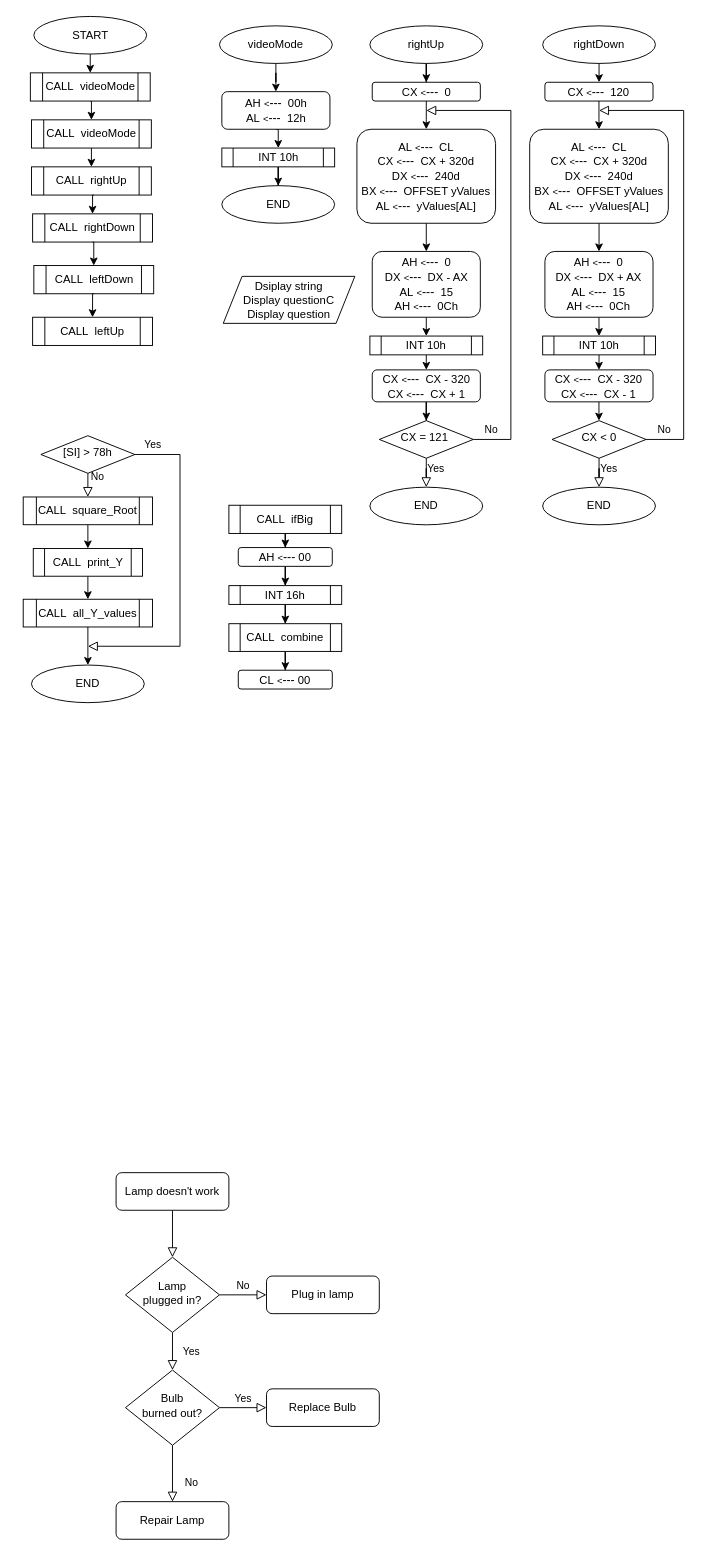
This is micro_mt2_2.drawio from mmuurraatt/My-Projects-On-Github, a draw.io file, before an edit. Source tidied: cells renumbered, new cells numbered last; positions are measured from the earlier drawing's top-left corner, leaving out a move shared by most shapes. Both pictures are drawn from the tidied source at 94%, with x=0, y=0 at pixel (23, 16).
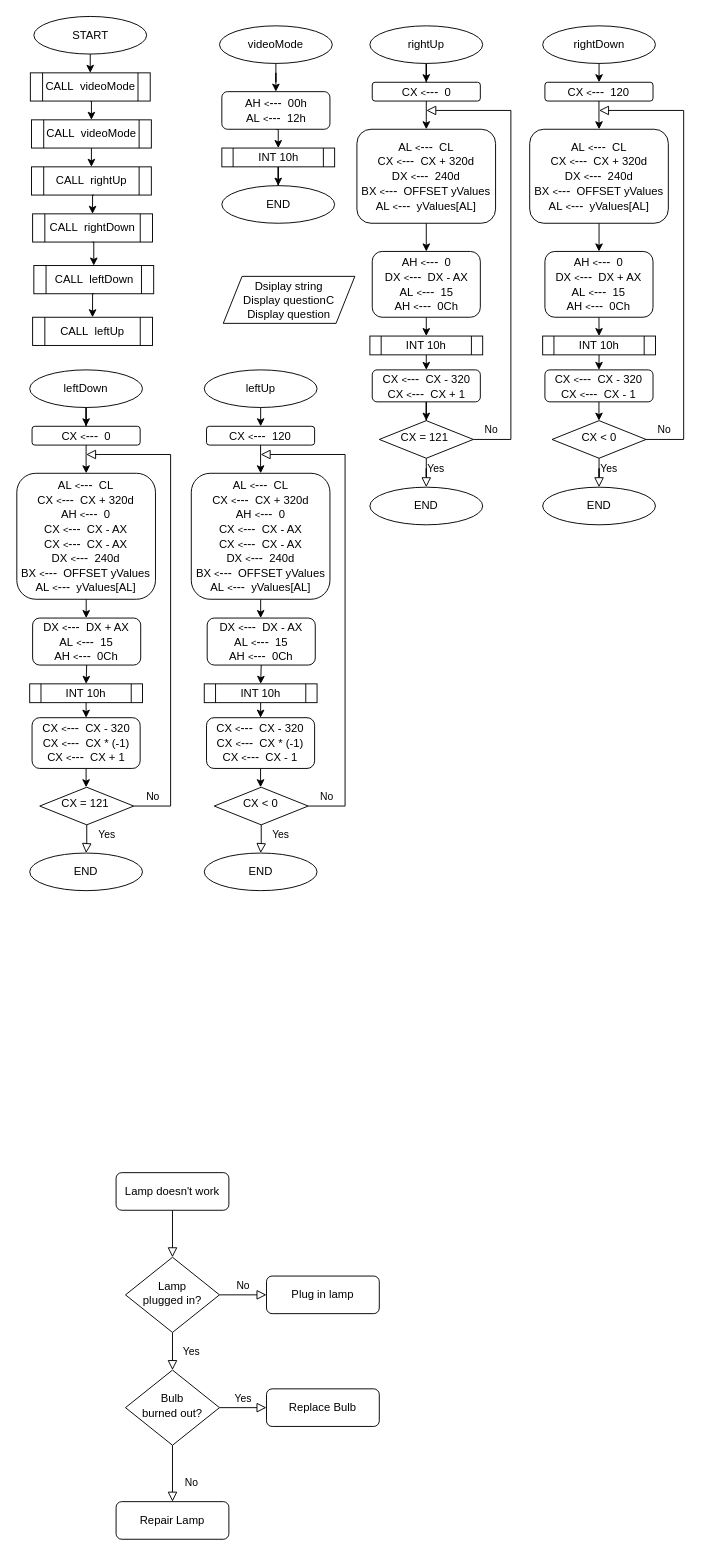
After the change.

The edit, as a diff of the source:
```diff
@@
-    <mxCell id="18" style="edgeStyle=orthogonalEdgeStyle;rounded=0;jettySize=auto;html=1;" parent="1" edge="1" source="19" target="21">
-      <mxGeometry relative="1" as="geometry" />
-    </mxCell>
-    <mxCell id="19" value="CALL&amp;nbsp; ifBig" style="shape=process;whiteSpace=wrap;html=1;backgroundOutline=1;" parent="1" vertex="1">
-      <mxGeometry x="219" y="520" width="120" height="30" as="geometry" />
-    </mxCell>
-    <mxCell id="20" style="edgeStyle=orthogonalEdgeStyle;rounded=0;jettySize=auto;html=1;" parent="1" edge="1" source="21" target="23">
-      <mxGeometry relative="1" as="geometry" />
-    </mxCell>
-    <mxCell id="21" value="AH&amp;nbsp;&lt;font style=&quot;font-size: 10px&quot;&gt;&amp;lt;&lt;/font&gt;&lt;font style=&quot;font-size: 13px&quot;&gt;---&lt;/font&gt;&amp;nbsp;00" style="rounded=1;whiteSpace=wrap;html=1;fontSize=12;glass=0;strokeWidth=1;shadow=0;" parent="1" vertex="1">
-      <mxGeometry x="229" y="565" width="100" height="20" as="geometry" />
-    </mxCell>
-    <mxCell id="22" style="edgeStyle=orthogonalEdgeStyle;rounded=0;jettySize=auto;html=1;" parent="1" edge="1" source="23" target="25">
-      <mxGeometry relative="1" as="geometry" />
-    </mxCell>
-    <mxCell id="23" value="INT 16h" style="shape=process;whiteSpace=wrap;html=1;backgroundOutline=1;" parent="1" vertex="1">
-      <mxGeometry x="219" y="605.5" width="120" height="20" as="geometry" />
-    </mxCell>
-    <mxCell id="24" style="edgeStyle=orthogonalEdgeStyle;rounded=0;jettySize=auto;html=1;" parent="1" edge="1" source="25" target="26">
-      <mxGeometry relative="1" as="geometry" />
-    </mxCell>
-    <mxCell id="25" value="CALL&amp;nbsp; combine" style="shape=process;whiteSpace=wrap;html=1;backgroundOutline=1;" parent="1" vertex="1">
-      <mxGeometry x="219" y="646" width="120" height="29.5" as="geometry" />
-    </mxCell>
-    <mxCell id="26" value="CL&amp;nbsp;&lt;font style=&quot;font-size: 10px&quot;&gt;&amp;lt;&lt;/font&gt;&lt;font style=&quot;font-size: 13px&quot;&gt;---&lt;/font&gt;&amp;nbsp;00" style="rounded=1;whiteSpace=wrap;html=1;fontSize=12;glass=0;strokeWidth=1;shadow=0;" parent="1" vertex="1">
-      <mxGeometry x="229" y="695.5" width="100" height="20" as="geometry" />
-    </mxCell>
-    <mxCell id="27" value="[SI] &amp;gt; 78h" style="rhombus;whiteSpace=wrap;html=1;shadow=0;fontFamily=Helvetica;fontSize=12;align=center;strokeWidth=1;spacing=6;spacingTop=-4;" parent="1" vertex="1">
-      <mxGeometry x="19" y="446" width="100" height="40" as="geometry" />
-    </mxCell>
-    <mxCell id="28" value="No" style="edgeStyle=orthogonalEdgeStyle;rounded=0;html=1;jettySize=auto;fontSize=11;endArrow=block;endFill=0;endSize=8;strokeWidth=1;shadow=0;labelBackgroundColor=none;exitX=0.5;exitY=1;exitDx=0;exitDy=0;entryX=0.5;entryY=0;entryDx=0;entryDy=0;" parent="1" edge="1" source="27" target="31">
-      <mxGeometry x="-0.68" y="10" relative="1" as="geometry" />
-    </mxCell>
-    <mxCell id="29" value="Yes" style="rounded=0;html=1;jettySize=auto;fontSize=11;endArrow=block;endFill=0;endSize=8;strokeWidth=1;shadow=0;labelBackgroundColor=none;edgeStyle=orthogonalEdgeStyle;exitX=1;exitY=0.5;exitDx=0;exitDy=0;" parent="1" edge="1" source="27">
-      <mxGeometry x="-0.89" y="10" relative="1" as="geometry">
-        <mxPoint x="69" y="670" as="targetPoint" />
-        <Array as="points">
-          <mxPoint x="167" y="466" />
-          <mxPoint x="167" y="670" />
-          <mxPoint x="69" y="670" />
-        </Array>
-      </mxGeometry>
-    </mxCell>
-    <mxCell id="30" style="edgeStyle=orthogonalEdgeStyle;rounded=0;jettySize=auto;html=1;" parent="1" edge="1" source="31" target="33">
-      <mxGeometry relative="1" as="geometry" />
-    </mxCell>
-    <mxCell id="31" value="CALL&amp;nbsp; square_Root" style="shape=process;whiteSpace=wrap;html=1;backgroundOutline=1;" parent="1" vertex="1">
-      <mxGeometry x="0.2" y="511.2" width="137.5" height="29.5" as="geometry" />
-    </mxCell>
-    <mxCell id="32" style="edgeStyle=orthogonalEdgeStyle;rounded=0;jettySize=auto;html=1;" parent="1" edge="1" source="33" target="35">
-      <mxGeometry relative="1" as="geometry" />
-    </mxCell>
-    <mxCell id="33" value="CALL&amp;nbsp; print_Y" style="shape=process;whiteSpace=wrap;html=1;backgroundOutline=1;" parent="1" vertex="1">
-      <mxGeometry x="10.9" y="566" width="116.2" height="29.5" as="geometry" />
-    </mxCell>
-    <mxCell id="34" style="edgeStyle=orthogonalEdgeStyle;rounded=0;jettySize=auto;html=1;" parent="1" edge="1" source="35" target="36">
-      <mxGeometry relative="1" as="geometry" />
-    </mxCell>
-    <mxCell id="35" value="CALL&amp;nbsp; all_Y_values" style="shape=process;whiteSpace=wrap;html=1;backgroundOutline=1;" parent="1" vertex="1">
-      <mxGeometry x="0.2" y="620" width="137.5" height="29.5" as="geometry" />
-    </mxCell>
-    <mxCell id="36" value="END" style="ellipse;whiteSpace=wrap;html=1;" parent="1" vertex="1">
-      <mxGeometry x="9" y="690" width="120" height="40" as="geometry" />
-    </mxCell>
@@
+    <mxCell id="85" style="edgeStyle=orthogonalEdgeStyle;rounded=0;jettySize=auto;html=1;" parent="1" edge="1" source="86" target="88">
+      <mxGeometry relative="1" as="geometry" />
+    </mxCell>
+    <mxCell id="86" value="leftDown" style="ellipse;whiteSpace=wrap;html=1;" parent="1" vertex="1">
+      <mxGeometry x="7.1" y="376" width="120" height="40" as="geometry" />
+    </mxCell>
+    <mxCell id="87" style="edgeStyle=orthogonalEdgeStyle;rounded=0;jettySize=auto;html=1;" parent="1" edge="1" source="88" target="90">
+      <mxGeometry relative="1" as="geometry" />
+    </mxCell>
+    <mxCell id="88" value="CX&amp;nbsp;&lt;font style=&quot;font-size: 10px&quot;&gt;&amp;lt;&lt;/font&gt;&lt;font style=&quot;font-size: 13px&quot;&gt;---&lt;/font&gt;&amp;nbsp; 0" style="rounded=1;whiteSpace=wrap;html=1;fontSize=12;glass=0;strokeWidth=1;shadow=0;" parent="1" vertex="1">
+      <mxGeometry x="9.6" y="436" width="115" height="20" as="geometry" />
+    </mxCell>
+    <mxCell id="89" style="edgeStyle=orthogonalEdgeStyle;rounded=0;jettySize=auto;html=1;" parent="1" edge="1" source="90" target="92">
+      <mxGeometry relative="1" as="geometry" />
+    </mxCell>
+    <mxCell id="90" value="AL&amp;nbsp;&lt;font style=&quot;font-size: 10px&quot;&gt;&amp;lt;&lt;/font&gt;&lt;font style=&quot;font-size: 13px&quot;&gt;---&lt;/font&gt;&amp;nbsp; CL&lt;br&gt;CX&amp;nbsp;&lt;font style=&quot;font-size: 10px&quot;&gt;&amp;lt;&lt;/font&gt;&lt;font style=&quot;font-size: 13px&quot;&gt;---&lt;/font&gt;&amp;nbsp; CX + 320d&lt;br&gt;AH&amp;nbsp;&lt;font style=&quot;font-size: 10px&quot;&gt;&amp;lt;&lt;/font&gt;&lt;font style=&quot;font-size: 13px&quot;&gt;---&lt;/font&gt;&amp;nbsp; 0&lt;br&gt;CX&amp;nbsp;&lt;font style=&quot;font-size: 10px&quot;&gt;&amp;lt;&lt;/font&gt;&lt;font style=&quot;font-size: 13px&quot;&gt;---&lt;/font&gt;&amp;nbsp; CX - AX&lt;br&gt;CX&amp;nbsp;&lt;font style=&quot;font-size: 10px&quot;&gt;&amp;lt;&lt;/font&gt;&lt;font style=&quot;font-size: 13px&quot;&gt;---&lt;/font&gt;&amp;nbsp; CX - AX&lt;br&gt;DX&amp;nbsp;&lt;font style=&quot;font-size: 10px&quot;&gt;&amp;lt;&lt;/font&gt;&lt;font style=&quot;font-size: 13px&quot;&gt;---&lt;/font&gt;&amp;nbsp; 240d&lt;br&gt;BX&amp;nbsp;&lt;font style=&quot;font-size: 10px&quot;&gt;&amp;lt;&lt;/font&gt;&lt;font style=&quot;font-size: 13px&quot;&gt;---&lt;/font&gt;&amp;nbsp; OFFSET yValues&lt;br&gt;AL&amp;nbsp;&lt;font style=&quot;font-size: 10px&quot;&gt;&amp;lt;&lt;/font&gt;&lt;font style=&quot;font-size: 13px&quot;&gt;---&lt;/font&gt;&amp;nbsp; yValues[AL]" style="rounded=1;whiteSpace=wrap;html=1;fontSize=12;glass=0;strokeWidth=1;shadow=0;" parent="1" vertex="1">
+      <mxGeometry x="-6.6" y="486" width="147.5" height="134" as="geometry" />
+    </mxCell>
+    <mxCell id="91" style="edgeStyle=orthogonalEdgeStyle;rounded=0;jettySize=auto;html=1;exitX=0.5;exitY=1;exitDx=0;exitDy=0;entryX=0.5;entryY=0;entryDx=0;entryDy=0;" parent="1" edge="1" source="92" target="95">
+      <mxGeometry relative="1" as="geometry" />
+    </mxCell>
+    <mxCell id="92" value="DX&amp;nbsp;&lt;font style=&quot;font-size: 10px&quot;&gt;&amp;lt;&lt;/font&gt;&lt;font style=&quot;font-size: 13px&quot;&gt;---&lt;/font&gt;&amp;nbsp; DX + AX&lt;br&gt;AL&amp;nbsp;&lt;font style=&quot;font-size: 10px&quot;&gt;&amp;lt;&lt;/font&gt;&lt;font style=&quot;font-size: 13px&quot;&gt;---&lt;/font&gt;&amp;nbsp; 15&lt;br&gt;AH&amp;nbsp;&lt;font style=&quot;font-size: 10px&quot;&gt;&amp;lt;&lt;/font&gt;&lt;font style=&quot;font-size: 13px&quot;&gt;---&lt;/font&gt;&amp;nbsp; 0Ch" style="rounded=1;whiteSpace=wrap;html=1;fontSize=12;glass=0;strokeWidth=1;shadow=0;" parent="1" vertex="1">
+      <mxGeometry x="10.2" y="640" width="115" height="50" as="geometry" />
+    </mxCell>
+    <mxCell id="93" value="END" style="ellipse;whiteSpace=wrap;html=1;" parent="1" vertex="1">
+      <mxGeometry x="7.1" y="890" width="120" height="40" as="geometry" />
+    </mxCell>
+    <mxCell id="94" style="edgeStyle=orthogonalEdgeStyle;rounded=0;jettySize=auto;html=1;exitX=0.5;exitY=1;exitDx=0;exitDy=0;entryX=0.5;entryY=0;entryDx=0;entryDy=0;" parent="1" edge="1" source="95" target="97">
+      <mxGeometry relative="1" as="geometry" />
+    </mxCell>
+    <mxCell id="95" value="INT 10h" style="shape=process;whiteSpace=wrap;html=1;backgroundOutline=1;" parent="1" vertex="1">
+      <mxGeometry x="7.1" y="710" width="120" height="20" as="geometry" />
+    </mxCell>
+    <mxCell id="96" style="edgeStyle=orthogonalEdgeStyle;rounded=0;jettySize=auto;html=1;" parent="1" edge="1" source="97" target="98">
+      <mxGeometry relative="1" as="geometry" />
+    </mxCell>
+    <mxCell id="97" value="CX&amp;nbsp;&lt;font style=&quot;font-size: 10px&quot;&gt;&amp;lt;&lt;/font&gt;&lt;font style=&quot;font-size: 13px&quot;&gt;---&lt;/font&gt;&amp;nbsp; CX - 320&lt;br&gt;CX&amp;nbsp;&lt;font style=&quot;font-size: 10px&quot;&gt;&amp;lt;&lt;/font&gt;&lt;font style=&quot;font-size: 13px&quot;&gt;---&lt;/font&gt;&amp;nbsp; CX * (-1)&lt;br&gt;CX&amp;nbsp;&lt;font style=&quot;font-size: 10px&quot;&gt;&amp;lt;&lt;/font&gt;&lt;font style=&quot;font-size: 13px&quot;&gt;---&lt;/font&gt;&amp;nbsp; CX + 1" style="rounded=1;whiteSpace=wrap;html=1;fontSize=12;glass=0;strokeWidth=1;shadow=0;" parent="1" vertex="1">
+      <mxGeometry x="9.6" y="746" width="115" height="54" as="geometry" />
+    </mxCell>
+    <mxCell id="98" value="CX = 121&amp;nbsp;" style="rhombus;whiteSpace=wrap;html=1;shadow=0;fontFamily=Helvetica;fontSize=12;align=center;strokeWidth=1;spacing=6;spacingTop=-4;" parent="1" vertex="1">
+      <mxGeometry x="17.8" y="820" width="100" height="40" as="geometry" />
+    </mxCell>
+    <mxCell id="99" value="Yes" style="rounded=0;html=1;jettySize=auto;fontSize=11;endArrow=block;endFill=0;endSize=8;strokeWidth=1;shadow=0;labelBackgroundColor=none;edgeStyle=orthogonalEdgeStyle;exitX=0.5;exitY=1;exitDx=0;exitDy=0;" parent="1" edge="1" source="98" target="93">
+      <mxGeometry x="-0.35" y="21" relative="1" as="geometry" />
+    </mxCell>
+    <mxCell id="100" value="No" style="edgeStyle=orthogonalEdgeStyle;rounded=0;html=1;jettySize=auto;fontSize=11;endArrow=block;endFill=0;endSize=8;strokeWidth=1;shadow=0;labelBackgroundColor=none;exitX=1;exitY=0.5;exitDx=0;exitDy=0;" parent="1" edge="1" source="98">
+      <mxGeometry x="-0.92" y="10" relative="1" as="geometry">
+        <mxPoint x="67.1" y="466" as="targetPoint" />
+        <Array as="points">
+          <mxPoint x="157" y="840" />
+          <mxPoint x="157" y="466" />
+        </Array>
+      </mxGeometry>
+    </mxCell>
+    <mxCell id="101" style="edgeStyle=orthogonalEdgeStyle;rounded=0;jettySize=auto;html=1;" parent="1" edge="1" source="102" target="104">
+      <mxGeometry relative="1" as="geometry" />
+    </mxCell>
+    <mxCell id="102" value="leftUp" style="ellipse;whiteSpace=wrap;html=1;" parent="1" vertex="1">
+      <mxGeometry x="192.8" y="376" width="120" height="40" as="geometry" />
+    </mxCell>
+    <mxCell id="103" style="edgeStyle=orthogonalEdgeStyle;rounded=0;jettySize=auto;html=1;" parent="1" edge="1" source="104" target="106">
+      <mxGeometry relative="1" as="geometry" />
+    </mxCell>
+    <mxCell id="104" value="CX&amp;nbsp;&lt;font style=&quot;font-size: 10px&quot;&gt;&amp;lt;&lt;/font&gt;&lt;font style=&quot;font-size: 13px&quot;&gt;---&lt;/font&gt;&amp;nbsp; 120" style="rounded=1;whiteSpace=wrap;html=1;fontSize=12;glass=0;strokeWidth=1;shadow=0;" parent="1" vertex="1">
+      <mxGeometry x="195.2" y="436" width="115" height="20" as="geometry" />
+    </mxCell>
+    <mxCell id="105" style="edgeStyle=orthogonalEdgeStyle;rounded=0;jettySize=auto;html=1;" parent="1" edge="1" source="106" target="108">
+      <mxGeometry relative="1" as="geometry" />
+    </mxCell>
+    <mxCell id="106" value="AL&amp;nbsp;&lt;font style=&quot;font-size: 10px&quot;&gt;&amp;lt;&lt;/font&gt;&lt;font style=&quot;font-size: 13px&quot;&gt;---&lt;/font&gt;&amp;nbsp; CL&lt;br&gt;CX&amp;nbsp;&lt;font style=&quot;font-size: 10px&quot;&gt;&amp;lt;&lt;/font&gt;&lt;font style=&quot;font-size: 13px&quot;&gt;---&lt;/font&gt;&amp;nbsp; CX + 320d&lt;br&gt;AH&amp;nbsp;&lt;font style=&quot;font-size: 10px&quot;&gt;&amp;lt;&lt;/font&gt;&lt;font style=&quot;font-size: 13px&quot;&gt;---&lt;/font&gt;&amp;nbsp; 0&lt;br&gt;CX&amp;nbsp;&lt;font style=&quot;font-size: 10px&quot;&gt;&amp;lt;&lt;/font&gt;&lt;font style=&quot;font-size: 13px&quot;&gt;---&lt;/font&gt;&amp;nbsp; CX - AX&lt;br&gt;CX&amp;nbsp;&lt;font style=&quot;font-size: 10px&quot;&gt;&amp;lt;&lt;/font&gt;&lt;font style=&quot;font-size: 13px&quot;&gt;---&lt;/font&gt;&amp;nbsp; CX - AX&lt;br&gt;DX&amp;nbsp;&lt;font style=&quot;font-size: 10px&quot;&gt;&amp;lt;&lt;/font&gt;&lt;font style=&quot;font-size: 13px&quot;&gt;---&lt;/font&gt;&amp;nbsp; 240d&lt;br&gt;BX&amp;nbsp;&lt;font style=&quot;font-size: 10px&quot;&gt;&amp;lt;&lt;/font&gt;&lt;font style=&quot;font-size: 13px&quot;&gt;---&lt;/font&gt;&amp;nbsp; OFFSET yValues&lt;br&gt;AL&amp;nbsp;&lt;font style=&quot;font-size: 10px&quot;&gt;&amp;lt;&lt;/font&gt;&lt;font style=&quot;font-size: 13px&quot;&gt;---&lt;/font&gt;&amp;nbsp; yValues[AL]" style="rounded=1;whiteSpace=wrap;html=1;fontSize=12;glass=0;strokeWidth=1;shadow=0;" parent="1" vertex="1">
+      <mxGeometry x="179" y="486" width="147.5" height="134" as="geometry" />
+    </mxCell>
+    <mxCell id="107" style="edgeStyle=orthogonalEdgeStyle;rounded=0;jettySize=auto;html=1;exitX=0.5;exitY=1;exitDx=0;exitDy=0;entryX=0.5;entryY=0;entryDx=0;entryDy=0;" parent="1" edge="1" source="108" target="111">
+      <mxGeometry relative="1" as="geometry" />
+    </mxCell>
+    <mxCell id="108" value="DX&amp;nbsp;&lt;font style=&quot;font-size: 10px&quot;&gt;&amp;lt;&lt;/font&gt;&lt;font style=&quot;font-size: 13px&quot;&gt;---&lt;/font&gt;&amp;nbsp; DX - AX&lt;br&gt;AL&amp;nbsp;&lt;font style=&quot;font-size: 10px&quot;&gt;&amp;lt;&lt;/font&gt;&lt;font style=&quot;font-size: 13px&quot;&gt;---&lt;/font&gt;&amp;nbsp; 15&lt;br&gt;AH&amp;nbsp;&lt;font style=&quot;font-size: 10px&quot;&gt;&amp;lt;&lt;/font&gt;&lt;font style=&quot;font-size: 13px&quot;&gt;---&lt;/font&gt;&amp;nbsp; 0Ch" style="rounded=1;whiteSpace=wrap;html=1;fontSize=12;glass=0;strokeWidth=1;shadow=0;" parent="1" vertex="1">
+      <mxGeometry x="195.9" y="640" width="115" height="50" as="geometry" />
+    </mxCell>
+    <mxCell id="109" value="END" style="ellipse;whiteSpace=wrap;html=1;" parent="1" vertex="1">
+      <mxGeometry x="192.8" y="890" width="120" height="40" as="geometry" />
+    </mxCell>
+    <mxCell id="110" style="edgeStyle=orthogonalEdgeStyle;rounded=0;jettySize=auto;html=1;exitX=0.5;exitY=1;exitDx=0;exitDy=0;entryX=0.5;entryY=0;entryDx=0;entryDy=0;" parent="1" edge="1" source="111" target="113">
+      <mxGeometry relative="1" as="geometry" />
+    </mxCell>
+    <mxCell id="111" value="INT 10h" style="shape=process;whiteSpace=wrap;html=1;backgroundOutline=1;" parent="1" vertex="1">
+      <mxGeometry x="192.8" y="710" width="120" height="20" as="geometry" />
+    </mxCell>
+    <mxCell id="112" style="edgeStyle=orthogonalEdgeStyle;rounded=0;jettySize=auto;html=1;" parent="1" edge="1" source="113" target="114">
+      <mxGeometry relative="1" as="geometry" />
+    </mxCell>
+    <mxCell id="113" value="CX&amp;nbsp;&lt;font style=&quot;font-size: 10px&quot;&gt;&amp;lt;&lt;/font&gt;&lt;font style=&quot;font-size: 13px&quot;&gt;---&lt;/font&gt;&amp;nbsp; CX - 320&lt;br&gt;CX&amp;nbsp;&lt;font style=&quot;font-size: 10px&quot;&gt;&amp;lt;&lt;/font&gt;&lt;font style=&quot;font-size: 13px&quot;&gt;---&lt;/font&gt;&amp;nbsp; CX * (-1)&lt;br&gt;CX&amp;nbsp;&lt;font style=&quot;font-size: 10px&quot;&gt;&amp;lt;&lt;/font&gt;&lt;font style=&quot;font-size: 13px&quot;&gt;---&lt;/font&gt;&amp;nbsp; CX - 1" style="rounded=1;whiteSpace=wrap;html=1;fontSize=12;glass=0;strokeWidth=1;shadow=0;" parent="1" vertex="1">
+      <mxGeometry x="195.2" y="746" width="115" height="54" as="geometry" />
+    </mxCell>
+    <mxCell id="114" value="CX &amp;lt; 0" style="rhombus;whiteSpace=wrap;html=1;shadow=0;fontFamily=Helvetica;fontSize=12;align=center;strokeWidth=1;spacing=6;spacingTop=-4;" parent="1" vertex="1">
+      <mxGeometry x="203.4" y="820" width="100" height="40" as="geometry" />
+    </mxCell>
+    <mxCell id="115" value="Yes" style="rounded=0;html=1;jettySize=auto;fontSize=11;endArrow=block;endFill=0;endSize=8;strokeWidth=1;shadow=0;labelBackgroundColor=none;edgeStyle=orthogonalEdgeStyle;exitX=0.5;exitY=1;exitDx=0;exitDy=0;" parent="1" edge="1" source="114" target="109">
+      <mxGeometry x="-0.35" y="21" relative="1" as="geometry" />
+    </mxCell>
+    <mxCell id="116" value="No" style="edgeStyle=orthogonalEdgeStyle;rounded=0;html=1;jettySize=auto;fontSize=11;endArrow=block;endFill=0;endSize=8;strokeWidth=1;shadow=0;labelBackgroundColor=none;exitX=1;exitY=0.5;exitDx=0;exitDy=0;" parent="1" edge="1" source="114">
+      <mxGeometry x="-0.92" y="10" relative="1" as="geometry">
+        <mxPoint x="252.8" y="466" as="targetPoint" />
+        <Array as="points">
+          <mxPoint x="342.6" y="840" />
+          <mxPoint x="342.6" y="466" />
+        </Array>
+      </mxGeometry>
+    </mxCell>
```
